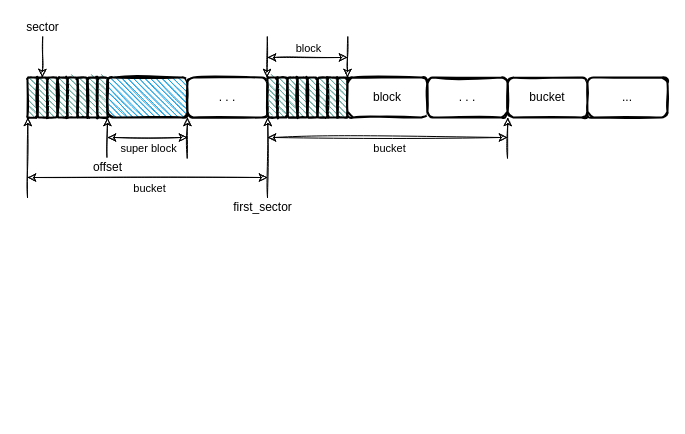
This is bcache/bcache.drawio from EarthWind/deeparch, a draw.io file, before an edit. Source tidied: cells renumbered, new cells numbered last; positions are measured from the earlier drawing's top-left corner, leaving out a move shared by most shapes. Both pictures are drawn from the tidied source at 100%, with x=0, y=0 at pixel (17, 17).
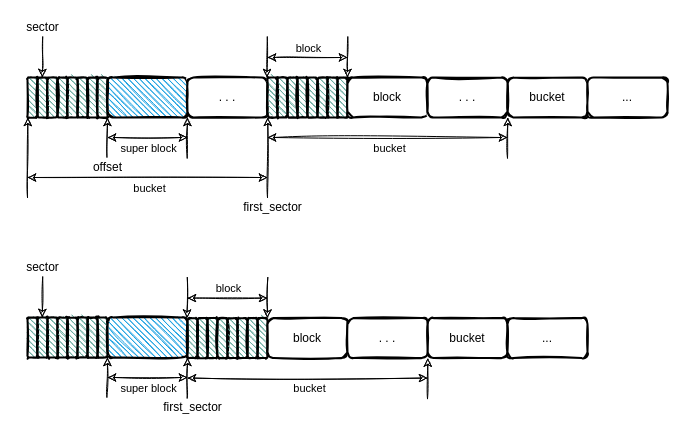
After the change.

Diff of the diagram source:
```diff
@@
     <mxCell id="20" value="first_sector" style="text;html=1;align=center;verticalAlign=middle;strokeColor=none;fillColor=none;" parent="1" vertex="1">
-      <mxGeometry x="210" y="180" width="70" height="20" as="geometry" />
+      <mxGeometry x="220" y="180" width="70" height="20" as="geometry" />
     </mxCell>
@@
+    <mxCell id="43" style="rounded=1;whiteSpace=wrap;html=1;strokeWidth=2;fillWeight=1;hachureGap=4;hachureAngle=45;fillColor=#1ba1e2;sketch=1;" parent="1" vertex="1">
+      <mxGeometry x="90" y="300" width="80" height="40" as="geometry" />
+    </mxCell>
+    <mxCell id="44" style="endArrow=classic;html=1;entryX=0;entryY=1;entryDx=0;entryDy=0;sketch=1;exitX=0.486;exitY=-0.017;exitDx=0;exitDy=0;exitPerimeter=0;" parent="1" edge="1" target="43">
+      <mxGeometry relative="1" as="geometry">
+        <mxPoint x="89.4" y="379.7" as="sourcePoint" />
+      </mxGeometry>
+    </mxCell>
+    <mxCell id="45" style="rounded=1;whiteSpace=wrap;html=1;strokeWidth=2;fillWeight=1;hachureGap=4;hachureAngle=45;sketch=1;fillColor=#67AB9F;" parent="1" vertex="1">
+      <mxGeometry x="10" y="300" width="10" height="40" as="geometry" />
+    </mxCell>
+    <mxCell id="46" style="rounded=1;whiteSpace=wrap;html=1;strokeWidth=2;fillWeight=1;hachureGap=4;hachureAngle=45;sketch=1;fillColor=#67AB9F;" parent="1" vertex="1">
+      <mxGeometry x="20" y="300" width="10" height="40" as="geometry" />
+    </mxCell>
+    <mxCell id="47" style="rounded=1;whiteSpace=wrap;html=1;strokeWidth=2;fillWeight=1;hachureGap=4;hachureAngle=45;sketch=1;fillColor=#67AB9F;" parent="1" vertex="1">
+      <mxGeometry x="30" y="300" width="10" height="40" as="geometry" />
+    </mxCell>
+    <mxCell id="48" style="rounded=1;whiteSpace=wrap;html=1;strokeWidth=2;fillWeight=1;hachureGap=4;hachureAngle=45;sketch=1;fillColor=#67AB9F;" parent="1" vertex="1">
+      <mxGeometry x="40" y="300" width="10" height="40" as="geometry" />
+    </mxCell>
+    <mxCell id="49" style="rounded=1;whiteSpace=wrap;html=1;strokeWidth=2;fillWeight=1;hachureGap=4;hachureAngle=45;sketch=1;fillColor=#67AB9F;" parent="1" vertex="1">
+      <mxGeometry x="50" y="300" width="10" height="40" as="geometry" />
+    </mxCell>
+    <mxCell id="50" style="rounded=1;whiteSpace=wrap;html=1;strokeWidth=2;fillWeight=1;hachureGap=4;hachureAngle=45;sketch=1;fillColor=#67AB9F;" parent="1" vertex="1">
+      <mxGeometry x="60" y="300" width="10" height="40" as="geometry" />
+    </mxCell>
+    <mxCell id="51" style="rounded=1;whiteSpace=wrap;html=1;strokeWidth=2;fillWeight=1;hachureGap=4;hachureAngle=45;sketch=1;fillColor=#67AB9F;" parent="1" vertex="1">
+      <mxGeometry x="70" y="300" width="10" height="40" as="geometry" />
+    </mxCell>
+    <mxCell id="52" style="rounded=1;whiteSpace=wrap;html=1;strokeWidth=2;fillWeight=1;hachureGap=4;hachureAngle=45;sketch=1;fillColor=#67AB9F;" parent="1" vertex="1">
+      <mxGeometry x="80" y="300" width="10" height="40" as="geometry" />
+    </mxCell>
+    <mxCell id="53" style="endArrow=none;html=1;entryX=0;entryY=1;entryDx=0;entryDy=0;sketch=1;exitX=0.441;exitY=0.029;exitDx=0;exitDy=0;exitPerimeter=0;endFill=0;startArrow=classic;startFill=1;" parent="1" edge="1">
+      <mxGeometry relative="1" as="geometry">
+        <mxPoint x="24.8" y="300" as="sourcePoint" />
+        <mxPoint x="25.2" y="259.4" as="targetPoint" />
+      </mxGeometry>
+    </mxCell>
+    <mxCell id="54" value="sector" style="text;html=1;align=center;verticalAlign=middle;strokeColor=none;fillColor=none;" parent="1" vertex="1">
+      <mxGeometry y="240" width="50" height="20" as="geometry" />
+    </mxCell>
+    <mxCell id="55" style="endArrow=classic;html=1;entryX=0;entryY=1;entryDx=0;entryDy=0;sketch=1;exitX=0.441;exitY=0.029;exitDx=0;exitDy=0;exitPerimeter=0;" parent="1" edge="1">
+      <mxGeometry relative="1" as="geometry">
+        <mxPoint x="169.7" y="380.6" as="sourcePoint" />
+        <mxPoint x="170" y="340" as="targetPoint" />
+      </mxGeometry>
+    </mxCell>
+    <mxCell id="56" style="endArrow=classic;startArrow=classic;html=1;sketch=1;" parent="1" edge="1">
+      <mxGeometry relative="1" as="geometry">
+        <mxPoint x="90" y="360" as="sourcePoint" />
+        <mxPoint x="170" y="360" as="targetPoint" />
+      </mxGeometry>
+    </mxCell>
+    <mxCell id="57" value="super block" style="edgeLabel;html=1;align=center;verticalAlign=middle;" parent="56" vertex="1">
+      <mxGeometry x="0.13" y="-1" relative="1" as="geometry">
+        <mxPoint x="-5" y="9" as="offset" />
+      </mxGeometry>
+    </mxCell>
+    <mxCell id="58" value="first_sector" style="text;html=1;align=center;verticalAlign=middle;strokeColor=none;fillColor=none;" parent="1" vertex="1">
+      <mxGeometry x="140" y="380" width="70" height="20" as="geometry" />
+    </mxCell>
+    <mxCell id="59" value="bucket" style="rounded=1;whiteSpace=wrap;html=1;strokeWidth=2;fillWeight=1;hachureGap=4;hachureAngle=45;sketch=1;fillColor=#FFFFFF;" parent="1" vertex="1">
+      <mxGeometry x="410" y="300.6" width="80" height="40" as="geometry" />
+    </mxCell>
+    <mxCell id="60" style="rounded=1;whiteSpace=wrap;html=1;strokeWidth=2;fillWeight=1;hachureGap=4;hachureAngle=45;sketch=1;fillColor=#67AB9F;" parent="1" vertex="1">
+      <mxGeometry x="170" y="300.6" width="10" height="40" as="geometry" />
+    </mxCell>
+    <mxCell id="61" style="rounded=1;whiteSpace=wrap;html=1;strokeWidth=2;fillWeight=1;hachureGap=4;hachureAngle=45;sketch=1;fillColor=#67AB9F;" parent="1" vertex="1">
+      <mxGeometry x="180" y="300.6" width="10" height="40" as="geometry" />
+    </mxCell>
+    <mxCell id="62" style="rounded=1;whiteSpace=wrap;html=1;strokeWidth=2;fillWeight=1;hachureGap=4;hachureAngle=45;sketch=1;fillColor=#67AB9F;" parent="1" vertex="1">
+      <mxGeometry x="190" y="300.6" width="10" height="40" as="geometry" />
+    </mxCell>
+    <mxCell id="63" style="rounded=1;whiteSpace=wrap;html=1;strokeWidth=2;fillWeight=1;hachureGap=4;hachureAngle=45;sketch=1;fillColor=#67AB9F;" parent="1" vertex="1">
+      <mxGeometry x="200" y="300.6" width="10" height="40" as="geometry" />
+    </mxCell>
+    <mxCell id="64" style="rounded=1;whiteSpace=wrap;html=1;strokeWidth=2;fillWeight=1;hachureGap=4;hachureAngle=45;sketch=1;fillColor=#67AB9F;" parent="1" vertex="1">
+      <mxGeometry x="210" y="300.6" width="10" height="40" as="geometry" />
+    </mxCell>
+    <mxCell id="65" style="rounded=1;whiteSpace=wrap;html=1;strokeWidth=2;fillWeight=1;hachureGap=4;hachureAngle=45;sketch=1;fillColor=#67AB9F;" parent="1" vertex="1">
+      <mxGeometry x="220" y="300.6" width="10" height="40" as="geometry" />
+    </mxCell>
+    <mxCell id="66" style="rounded=1;whiteSpace=wrap;html=1;strokeWidth=2;fillWeight=1;hachureGap=4;hachureAngle=45;sketch=1;fillColor=#67AB9F;" parent="1" vertex="1">
+      <mxGeometry x="230" y="300.6" width="10" height="40" as="geometry" />
+    </mxCell>
+    <mxCell id="67" style="rounded=1;whiteSpace=wrap;html=1;strokeWidth=2;fillWeight=1;hachureGap=4;hachureAngle=45;sketch=1;fillColor=#67AB9F;" parent="1" vertex="1">
+      <mxGeometry x="240" y="300.6" width="10" height="40" as="geometry" />
+    </mxCell>
+    <mxCell id="68" value="block" style="rounded=1;whiteSpace=wrap;html=1;strokeWidth=2;fillWeight=1;hachureGap=4;hachureAngle=45;sketch=1;fillColor=#FFFFFF;" parent="1" vertex="1">
+      <mxGeometry x="250" y="300.6" width="80" height="40" as="geometry" />
+    </mxCell>
+    <mxCell id="69" value=". . ." style="rounded=1;whiteSpace=wrap;html=1;strokeWidth=2;fillWeight=1;hachureGap=4;hachureAngle=45;sketch=1;fillColor=#FFFFFF;" parent="1" vertex="1">
+      <mxGeometry x="330" y="300.6" width="80" height="40" as="geometry" />
+    </mxCell>
+    <mxCell id="70" value="..." style="rounded=1;whiteSpace=wrap;html=1;strokeWidth=2;fillWeight=1;hachureGap=4;hachureAngle=45;sketch=1;fillColor=#FFFFFF;" parent="1" vertex="1">
+      <mxGeometry x="490" y="300.6" width="80" height="40" as="geometry" />
+    </mxCell>
+    <mxCell id="71" style="endArrow=classic;html=1;entryX=0;entryY=1;entryDx=0;entryDy=0;sketch=1;exitX=0.441;exitY=0.029;exitDx=0;exitDy=0;exitPerimeter=0;" parent="1" edge="1">
+      <mxGeometry relative="1" as="geometry">
+        <mxPoint x="410" y="381.2" as="sourcePoint" />
+        <mxPoint x="410.3" y="340.6" as="targetPoint" />
+      </mxGeometry>
+    </mxCell>
+    <mxCell id="72" style="endArrow=classic;startArrow=classic;html=1;sketch=1;" parent="1" edge="1">
+      <mxGeometry relative="1" as="geometry">
+        <mxPoint x="170" y="360.6" as="sourcePoint" />
+        <mxPoint x="410" y="360.6" as="targetPoint" />
+      </mxGeometry>
+    </mxCell>
+    <mxCell id="73" value="bucket" style="edgeLabel;html=1;align=center;verticalAlign=middle;" parent="72" vertex="1">
+      <mxGeometry x="-0.06" relative="1" as="geometry">
+        <mxPoint x="8" y="10" as="offset" />
+      </mxGeometry>
+    </mxCell>
+    <mxCell id="74" style="endArrow=none;html=1;entryX=0;entryY=1;entryDx=0;entryDy=0;sketch=1;exitX=0.441;exitY=0.029;exitDx=0;exitDy=0;exitPerimeter=0;endFill=0;startArrow=classic;startFill=1;" parent="1" edge="1">
+      <mxGeometry relative="1" as="geometry">
+        <mxPoint x="169.5" y="300.6" as="sourcePoint" />
+        <mxPoint x="169.8" y="260" as="targetPoint" />
+      </mxGeometry>
+    </mxCell>
+    <mxCell id="75" style="endArrow=none;html=1;entryX=0;entryY=1;entryDx=0;entryDy=0;sketch=1;exitX=0.441;exitY=0.029;exitDx=0;exitDy=0;exitPerimeter=0;endFill=0;startArrow=classic;startFill=1;" parent="1" edge="1">
+      <mxGeometry relative="1" as="geometry">
+        <mxPoint x="250" y="300.6" as="sourcePoint" />
+        <mxPoint x="250.3" y="260" as="targetPoint" />
+      </mxGeometry>
+    </mxCell>
+    <mxCell id="76" style="endArrow=classic;startArrow=classic;html=1;sketch=1;" parent="1" edge="1">
+      <mxGeometry relative="1" as="geometry">
+        <mxPoint x="170" y="280.6" as="sourcePoint" />
+        <mxPoint x="250" y="280.6" as="targetPoint" />
+      </mxGeometry>
+    </mxCell>
+    <mxCell id="77" value="block" style="edgeLabel;html=1;align=center;verticalAlign=middle;" parent="76" vertex="1">
+      <mxGeometry x="-0.06" relative="1" as="geometry">
+        <mxPoint x="2" y="-10" as="offset" />
+      </mxGeometry>
+    </mxCell>
```
